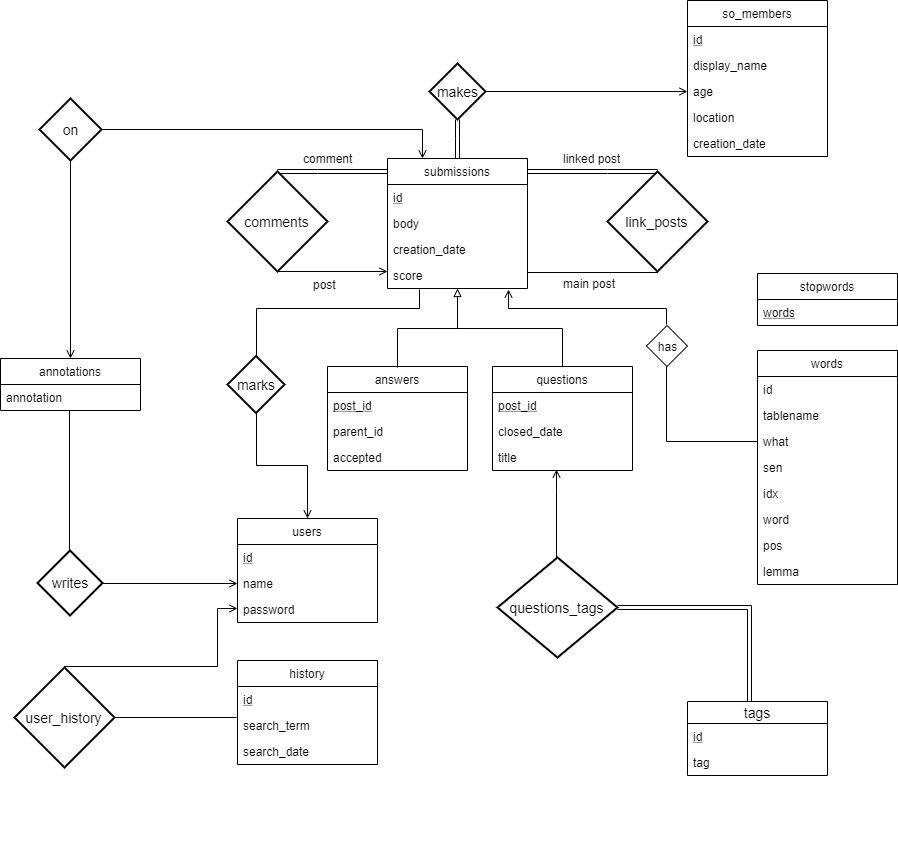
ivanspajic/SOVA keeps this draw.io diagram as QA + Frameworks data model - ER diagram.png. Above is the earlier version. Source tidied: cells renumbered, new cells last; positions are measured from the earlier drawing's top-left corner, leaving out a move shared by most shapes.
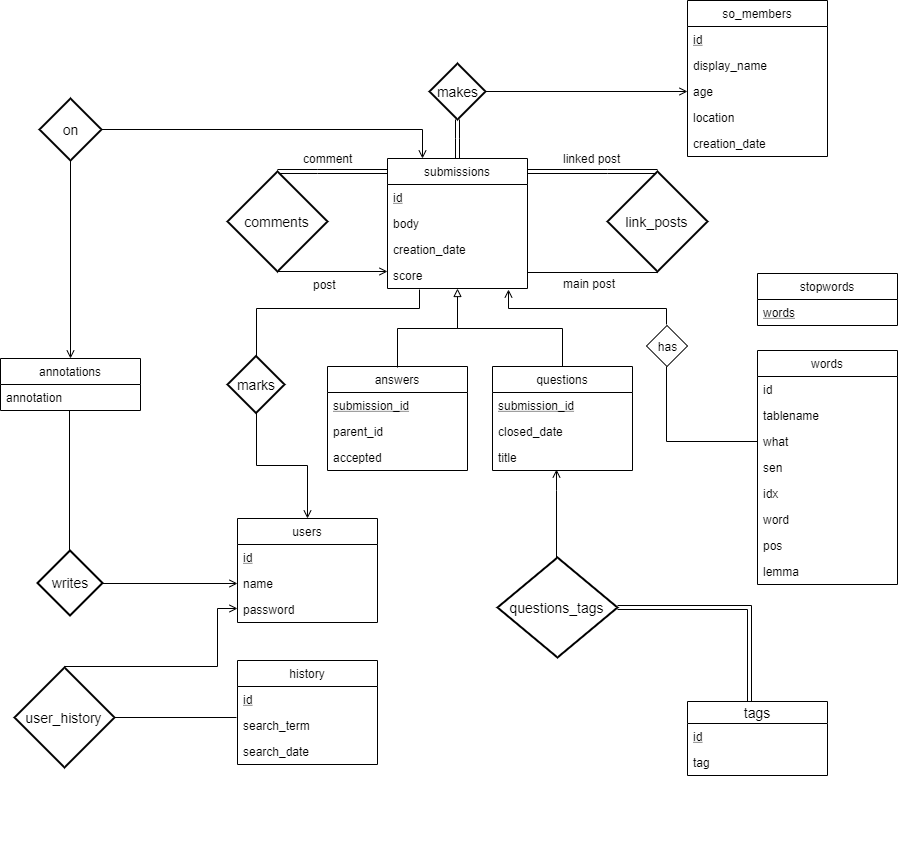
Above is the later version.

Commit message:
Updated ER diagram to from post_id to submission_id

What changed in the source:
```diff
@@ -47,7 +47,7 @@
     <mxCell id="14" value="questions" style="swimlane;fontStyle=0;horizontal=1;startSize=26;fillColor=none;" parent="1" vertex="1">
       <mxGeometry x="492" y="366" width="140" height="104" as="geometry" />
     </mxCell>
-    <mxCell id="15" value="post_id" style="text;strokeColor=none;fillColor=none;align=left;verticalAlign=top;spacingLeft=4;spacingRight=4;overflow=hidden;fontStyle=4;" parent="14" vertex="1">
+    <mxCell id="15" value="submission_id" style="text;strokeColor=none;fillColor=none;align=left;verticalAlign=top;spacingLeft=4;spacingRight=4;overflow=hidden;fontStyle=4;" parent="14" vertex="1">
       <mxGeometry y="26" width="140" height="26" as="geometry" />
     </mxCell>
     <mxCell id="16" value="closed_date" style="text;strokeColor=none;fillColor=none;align=left;verticalAlign=top;spacingLeft=4;spacingRight=4;overflow=hidden;" parent="14" vertex="1">
@@ -69,7 +69,7 @@
     <mxCell id="19" value="answers" style="swimlane;fontStyle=0;horizontal=1;startSize=26;fillColor=none;" parent="1" vertex="1">
       <mxGeometry x="327" y="366" width="140" height="104" as="geometry" />
     </mxCell>
-    <mxCell id="20" value="post_id" style="text;strokeColor=none;fillColor=none;align=left;verticalAlign=top;spacingLeft=4;spacingRight=4;overflow=hidden;fontStyle=4;" parent="19" vertex="1">
+    <mxCell id="20" value="submission_id" style="text;strokeColor=none;fillColor=none;align=left;verticalAlign=top;spacingLeft=4;spacingRight=4;overflow=hidden;fontStyle=4;" parent="19" vertex="1">
       <mxGeometry y="26" width="140" height="26" as="geometry" />
     </mxCell>
     <mxCell id="21" value="parent_id" style="text;strokeColor=none;fillColor=none;align=left;verticalAlign=top;spacingLeft=4;spacingRight=4;overflow=hidden;" parent="19" vertex="1">
```
